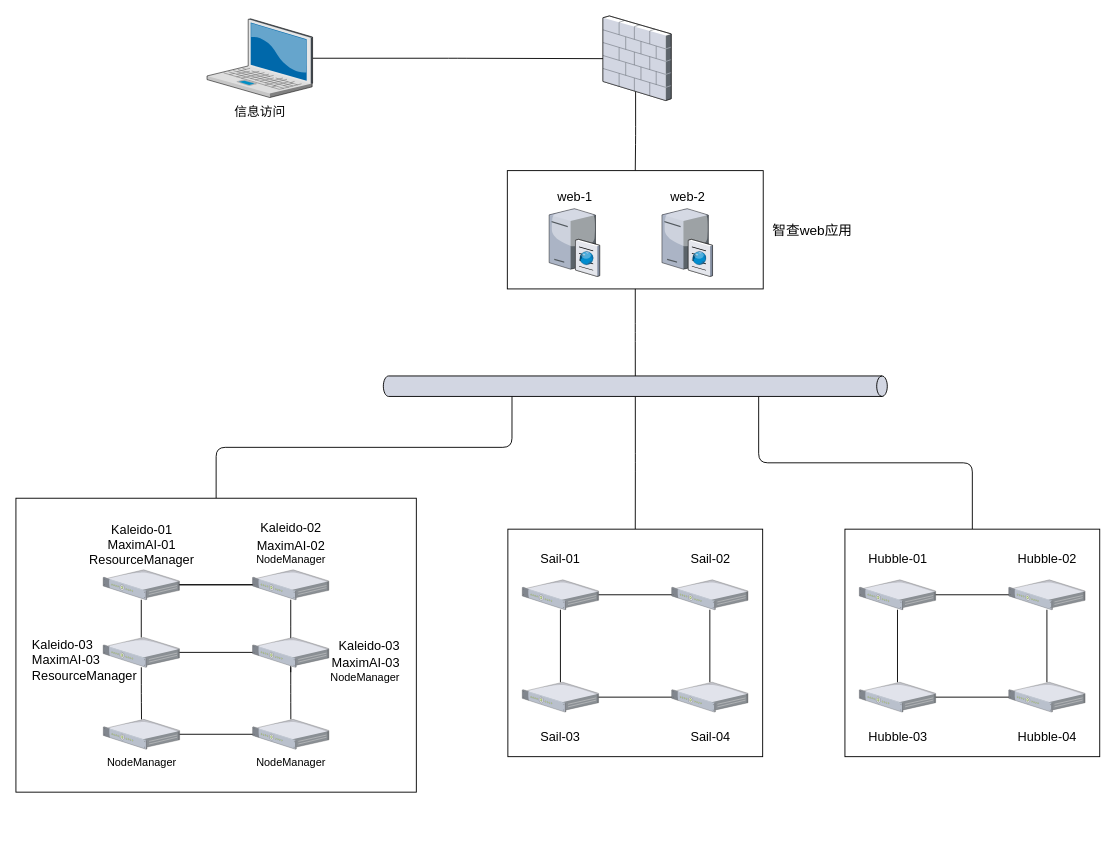
jsjqingcai/dui keeps this draw.io diagram as Untitled Diagram.drawio. Above is the earlier version. Source tidied: cells renumbered, new cells numbered last; positions are measured from the earlier drawing's top-left corner, leaving out a move shared by most shapes. Both pictures are drawn from the tidied source at 91%, with x=0, y=0 at pixel (15, 15).
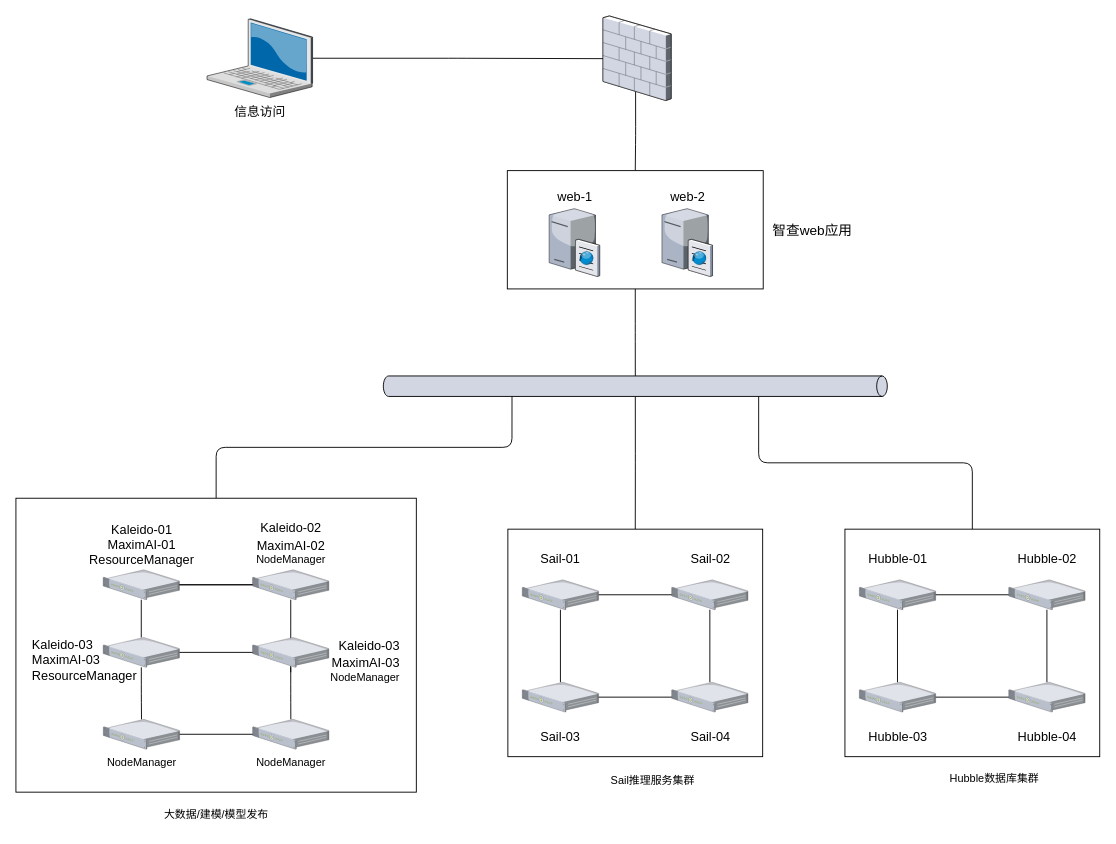
The same diagram, later.

The edit, as a diff of the source:
```diff
@@
+    <mxCell id="52" value="Sail推理服务集群" style="text;html=1;strokeColor=none;fillColor=none;align=center;verticalAlign=middle;whiteSpace=wrap;rounded=0;labelBackgroundColor=none;" parent="1" vertex="1">
+      <mxGeometry x="650.6" y="826" width="98.4" height="30" as="geometry" />
+    </mxCell>
+    <mxCell id="53" value="Hubble数据库集群" style="text;html=1;strokeColor=none;fillColor=none;align=center;verticalAlign=middle;whiteSpace=wrap;rounded=0;labelBackgroundColor=none;" parent="1" vertex="1">
+      <mxGeometry x="1012" y="823" width="127" height="30" as="geometry" />
+    </mxCell>
+    <mxCell id="54" value="大数据/建模/模型发布" style="text;html=1;strokeColor=none;fillColor=none;align=center;verticalAlign=middle;whiteSpace=wrap;rounded=0;labelBackgroundColor=none;" parent="1" vertex="1">
+      <mxGeometry x="123" y="863" width="195" height="30" as="geometry" />
+    </mxCell>
```
